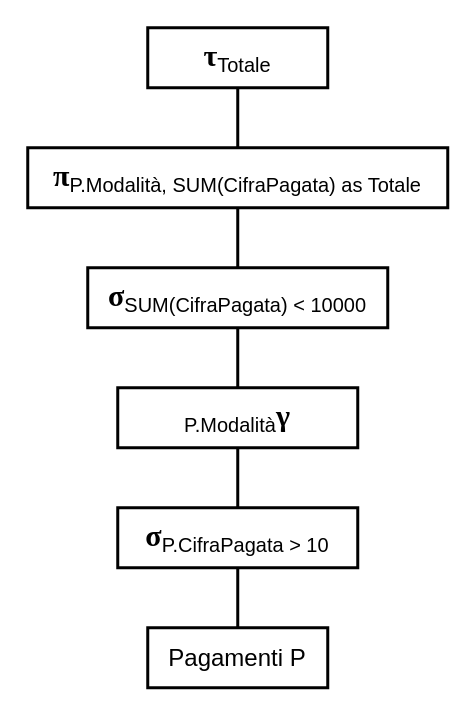
Above: Piani di accesso/Albero logico 2.drawio in alessandro-antonelli/Studio-professionale-fatture (draw.io), before the change. Source tidied: cells renumbered, new cells numbered last; positions are measured from the earlier drawing's top-left corner, leaving out a move shared by most shapes. Both pictures are drawn from the tidied source at 150%, with x=0, y=0 at pixel (27, 27).
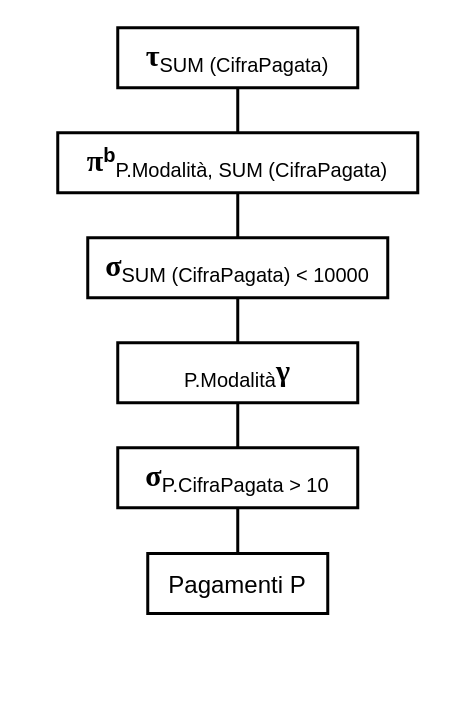
After the change.

Diff of the diagram source:
```diff
@@
 <mxGraphModel>
   <root>
     <mxCell id="0" />
     <mxCell id="1" parent="0" />
     <mxCell id="2" value="&lt;font style=&quot;font-size: 16px&quot;&gt;Pagamenti P&lt;/font&gt;" style="text;html=1;fillColor=none;align=center;verticalAlign=middle;whiteSpace=wrap;rounded=0;strokeColor=#000000;strokeWidth=2;" parent="1" vertex="1">
-      <mxGeometry x="80" y="400" width="120" height="40" as="geometry" />
+      <mxGeometry x="80" y="350.5" width="120" height="40" as="geometry" />
     </mxCell>
     <mxCell id="3" value="&lt;font&gt;&lt;font face=&quot;Times New Roman&quot; size=&quot;1&quot;&gt;&lt;b style=&quot;font-size: 20px&quot;&gt;σ&lt;/b&gt;&lt;/font&gt;&lt;span style=&quot;font-size: 16px&quot;&gt;&lt;sub&gt;P.CifraPagata &amp;gt; 10&lt;/sub&gt;&lt;/span&gt;&lt;/font&gt;" style="text;html=1;fillColor=none;align=center;verticalAlign=middle;whiteSpace=wrap;rounded=0;strokeColor=#000000;strokeWidth=2;" parent="1" vertex="1">
-      <mxGeometry x="60" y="320" width="160" height="40" as="geometry" />
+      <mxGeometry x="60" y="280" width="160" height="40" as="geometry" />
     </mxCell>
     <mxCell id="4" style="endArrow=none;html=1;strokeWidth=2;entryX=0.5;entryY=1;entryDx=0;entryDy=0;" parent="1" edge="1" source="2" target="3">
       <mxGeometry relative="1" as="geometry" />
     </mxCell>
     <mxCell id="5" value="&lt;span style=&quot;font-size: 16px&quot;&gt;&lt;sub&gt;P.Modalità&lt;/sub&gt;&lt;/span&gt;&lt;font face=&quot;Times New Roman&quot; size=&quot;1&quot;&gt;&lt;b style=&quot;font-size: 20px&quot;&gt;γ&lt;/b&gt;&lt;/font&gt;" style="text;html=1;fillColor=none;align=center;verticalAlign=middle;whiteSpace=wrap;rounded=0;strokeColor=#000000;strokeWidth=2;" parent="1" vertex="1">
-      <mxGeometry x="60" y="240" width="160" height="40" as="geometry" />
+      <mxGeometry x="60" y="210" width="160" height="40" as="geometry" />
     </mxCell>
     <mxCell id="6" style="endArrow=none;html=1;strokeWidth=2;entryX=0.5;entryY=1;entryDx=0;entryDy=0;exitX=0.5;exitY=0;exitDx=0;exitDy=0;" parent="1" edge="1" source="3" target="5">
       <mxGeometry relative="1" as="geometry" />
     </mxCell>
-    <mxCell id="7" value="&lt;font&gt;&lt;font face=&quot;Times New Roman&quot; size=&quot;1&quot;&gt;&lt;b style=&quot;font-size: 20px&quot;&gt;σ&lt;/b&gt;&lt;/font&gt;&lt;span style=&quot;font-size: 16px&quot;&gt;&lt;sub&gt;SUM(CifraPagata) &amp;lt; 10000&lt;/sub&gt;&lt;/span&gt;&lt;/font&gt;" style="text;html=1;fillColor=none;align=center;verticalAlign=middle;whiteSpace=wrap;rounded=0;strokeColor=#000000;strokeWidth=2;" parent="1" vertex="1">
-      <mxGeometry x="40" y="160" width="200" height="40" as="geometry" />
+    <mxCell id="7" value="&lt;font&gt;&lt;font face=&quot;Times New Roman&quot; size=&quot;1&quot;&gt;&lt;b style=&quot;font-size: 20px&quot;&gt;σ&lt;/b&gt;&lt;/font&gt;&lt;span style=&quot;font-size: 16px&quot;&gt;&lt;sub&gt;SUM (CifraPagata) &amp;lt; 10000&lt;/sub&gt;&lt;/span&gt;&lt;/font&gt;" style="text;html=1;fillColor=none;align=center;verticalAlign=middle;whiteSpace=wrap;rounded=0;strokeColor=#000000;strokeWidth=2;" parent="1" vertex="1">
+      <mxGeometry x="40" y="140" width="200" height="40" as="geometry" />
     </mxCell>
     <mxCell id="8" style="endArrow=none;html=1;strokeWidth=2;entryX=0.5;entryY=1;entryDx=0;entryDy=0;exitX=0.5;exitY=0;exitDx=0;exitDy=0;" parent="1" edge="1" source="5" target="7">
       <mxGeometry relative="1" as="geometry" />
     </mxCell>
-    <mxCell id="9" value="&lt;font&gt;&lt;font face=&quot;Times New Roman&quot; style=&quot;font-size: 20px&quot;&gt;&lt;b&gt;π&lt;/b&gt;&lt;/font&gt;&lt;span style=&quot;font-size: 16px&quot;&gt;&lt;sub&gt;P.Modalità, SUM(CifraPagata) as Totale&lt;/sub&gt;&lt;/span&gt;&lt;/font&gt;" style="text;html=1;fillColor=none;align=center;verticalAlign=middle;whiteSpace=wrap;rounded=0;strokeColor=#000000;strokeWidth=2;" parent="1" vertex="1">
-      <mxGeometry y="80" width="280" height="40" as="geometry" />
+    <mxCell id="9" value="&lt;font&gt;&lt;font face=&quot;Times New Roman&quot; style=&quot;font-size: 20px&quot;&gt;&lt;b&gt;π&lt;/b&gt;&lt;/font&gt;&lt;span style=&quot;font-size: 16px&quot;&gt;&lt;sup&gt;&lt;b&gt;b&lt;/b&gt;&lt;/sup&gt;&lt;sub&gt;P.Modalità, SUM (CifraPagata)&lt;/sub&gt;&lt;/span&gt;&lt;/font&gt;" style="text;html=1;fillColor=none;align=center;verticalAlign=middle;whiteSpace=wrap;rounded=0;strokeColor=#000000;strokeWidth=2;" parent="1" vertex="1">
+      <mxGeometry x="20" y="70" width="240" height="40" as="geometry" />
     </mxCell>
     <mxCell id="10" style="endArrow=none;html=1;strokeWidth=2;entryX=0.5;entryY=1;entryDx=0;entryDy=0;exitX=0.5;exitY=0;exitDx=0;exitDy=0;" parent="1" edge="1" source="7" target="9">
       <mxGeometry relative="1" as="geometry" />
     </mxCell>
-    <mxCell id="11" value="&lt;font&gt;&lt;font face=&quot;Times New Roman&quot;&gt;&lt;span style=&quot;font-size: 20px&quot;&gt;&lt;b&gt;τ&lt;/b&gt;&lt;/span&gt;&lt;/font&gt;&lt;span style=&quot;font-size: 16px&quot;&gt;&lt;sub&gt;Totale&lt;/sub&gt;&lt;/span&gt;&lt;/font&gt;" style="text;html=1;fillColor=none;align=center;verticalAlign=middle;whiteSpace=wrap;rounded=0;strokeColor=#000000;strokeWidth=2;" parent="1" vertex="1">
-      <mxGeometry x="80" width="120" height="40" as="geometry" />
+    <mxCell id="11" value="&lt;font&gt;&lt;font face=&quot;Times New Roman&quot;&gt;&lt;span style=&quot;font-size: 20px&quot;&gt;&lt;b&gt;τ&lt;/b&gt;&lt;/span&gt;&lt;/font&gt;&lt;sub&gt;&lt;span style=&quot;font-size: 13.3333px&quot;&gt;SUM (CifraPagata)&lt;/span&gt;&lt;br&gt;&lt;/sub&gt;&lt;/font&gt;" style="text;html=1;fillColor=none;align=center;verticalAlign=middle;whiteSpace=wrap;rounded=0;strokeColor=#000000;strokeWidth=2;" parent="1" vertex="1">
+      <mxGeometry x="60" width="160" height="40" as="geometry" />
     </mxCell>
     <mxCell id="12" style="endArrow=none;html=1;strokeWidth=2;entryX=0.5;entryY=1;entryDx=0;entryDy=0;exitX=0.5;exitY=0;exitDx=0;exitDy=0;" parent="1" edge="1" source="9" target="11">
       <mxGeometry relative="1" as="geometry" />
     </mxCell>
   </root>
 </mxGraphModel>
```
